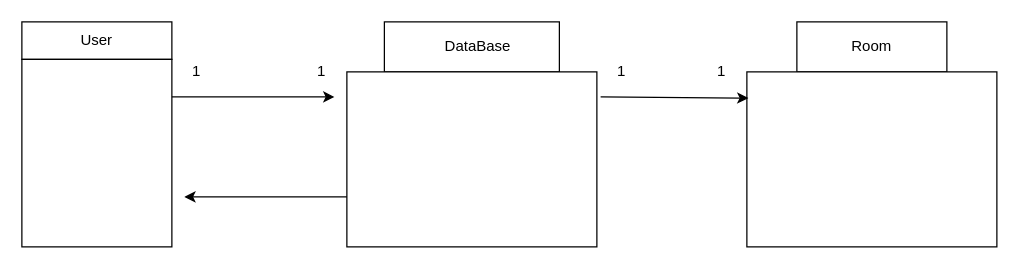
netWork2019WinterMan/netWork2019WinterMan keeps this draw.io diagram as UML図.drawio. Above is the earlier version. Source tidied: cells renumbered, new cells numbered last; positions are measured from the earlier drawing's top-left corner, leaving out a move shared by most shapes. Both pictures are drawn from the tidied source at 125%, with x=0, y=0 at pixel (21, 21).
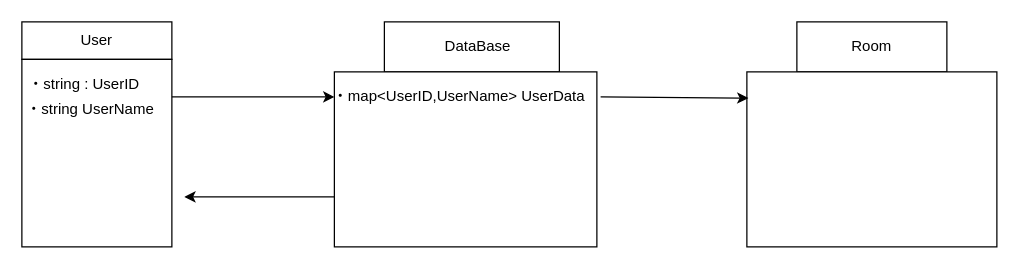
The same diagram, later.

The edit, as a diff of the source:
```diff
@@
     <mxCell id="5" style="rounded=0;whiteSpace=wrap;html=1;" parent="1" vertex="1">
-      <mxGeometry x="260" y="40" width="200" height="140" as="geometry" />
+      <mxGeometry x="250" y="40" width="210" height="140" as="geometry" />
     </mxCell>
@@
-    <mxCell id="13" value="1" style="text;html=1;strokeColor=none;fillColor=none;align=center;verticalAlign=middle;whiteSpace=wrap;rounded=0;" parent="1" vertex="1">
-      <mxGeometry x="120" y="30" width="40" height="20" as="geometry" />
-    </mxCell>
-    <mxCell id="14" value="1" style="text;html=1;strokeColor=none;fillColor=none;align=center;verticalAlign=middle;whiteSpace=wrap;rounded=0;" parent="1" vertex="1">
-      <mxGeometry x="220" y="30" width="40" height="20" as="geometry" />
-    </mxCell>
@@
-    <mxCell id="16" value="1" style="text;html=1;strokeColor=none;fillColor=none;align=center;verticalAlign=middle;whiteSpace=wrap;rounded=0;" parent="1" vertex="1">
-      <mxGeometry x="460" y="30" width="40" height="20" as="geometry" />
-    </mxCell>
-    <mxCell id="17" value="1" style="text;html=1;strokeColor=none;fillColor=none;align=center;verticalAlign=middle;whiteSpace=wrap;rounded=0;" parent="1" vertex="1">
-      <mxGeometry x="540" y="30" width="40" height="20" as="geometry" />
-    </mxCell>
+    <mxCell id="18" value="・string : UserID" style="text;html=1;strokeColor=none;fillColor=none;align=center;verticalAlign=middle;whiteSpace=wrap;rounded=0;" parent="1" vertex="1">
+      <mxGeometry y="40" width="100" height="20" as="geometry" />
+    </mxCell>
+    <mxCell id="19" value="・string UserName" style="text;html=1;strokeColor=none;fillColor=none;align=center;verticalAlign=middle;whiteSpace=wrap;rounded=0;" parent="1" vertex="1">
+      <mxGeometry y="60" width="110" height="20" as="geometry" />
+    </mxCell>
+    <mxCell id="20" value="・map&amp;lt;UserID,UserName&amp;gt; UserData" style="text;html=1;strokeColor=none;fillColor=none;align=center;verticalAlign=middle;whiteSpace=wrap;rounded=0;" parent="1" vertex="1">
+      <mxGeometry x="240" y="50" width="220" height="20" as="geometry" />
+    </mxCell>
```
